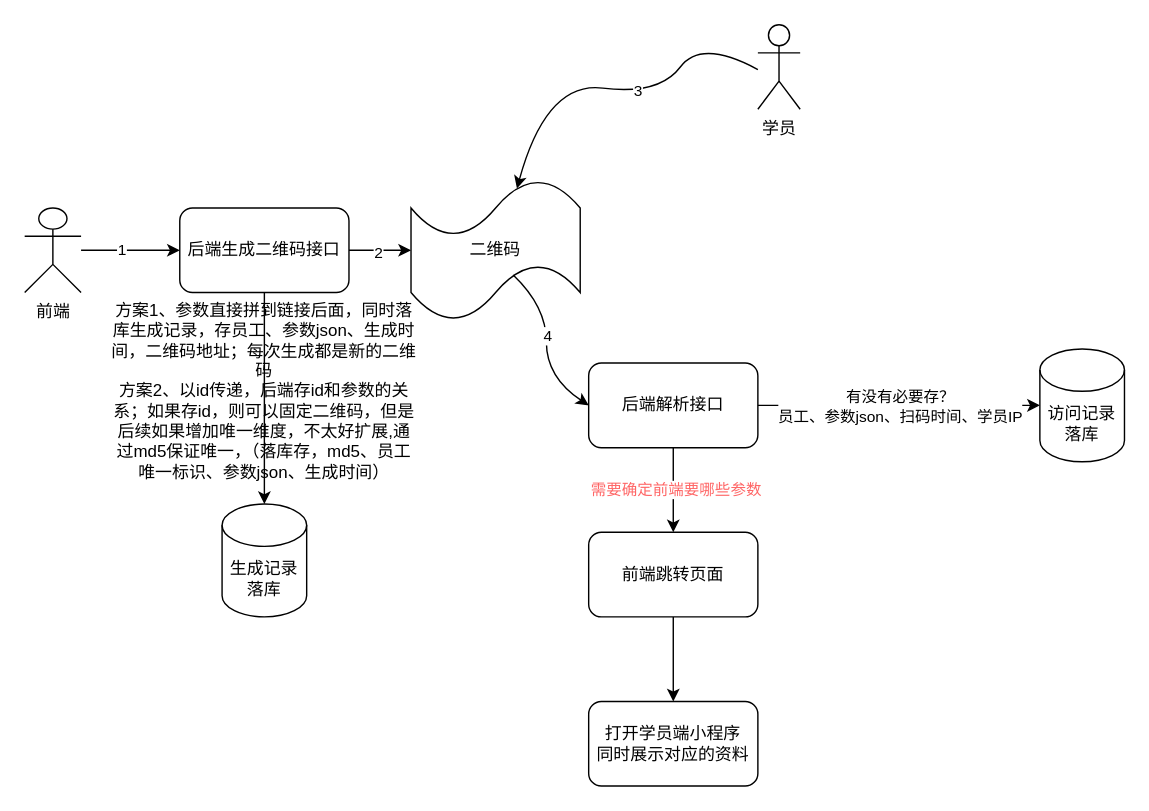
Earlier version of the draw.io diagram 轻学一期扫码逻辑.drawio (me-Minion/draw). Source tidied: cells renumbered, new cells numbered last; positions are measured from the earlier drawing's top-left corner, leaving out a move shared by most shapes. Both pictures are drawn from the tidied source at 141%, with x=0, y=0 at pixel (24, 24).
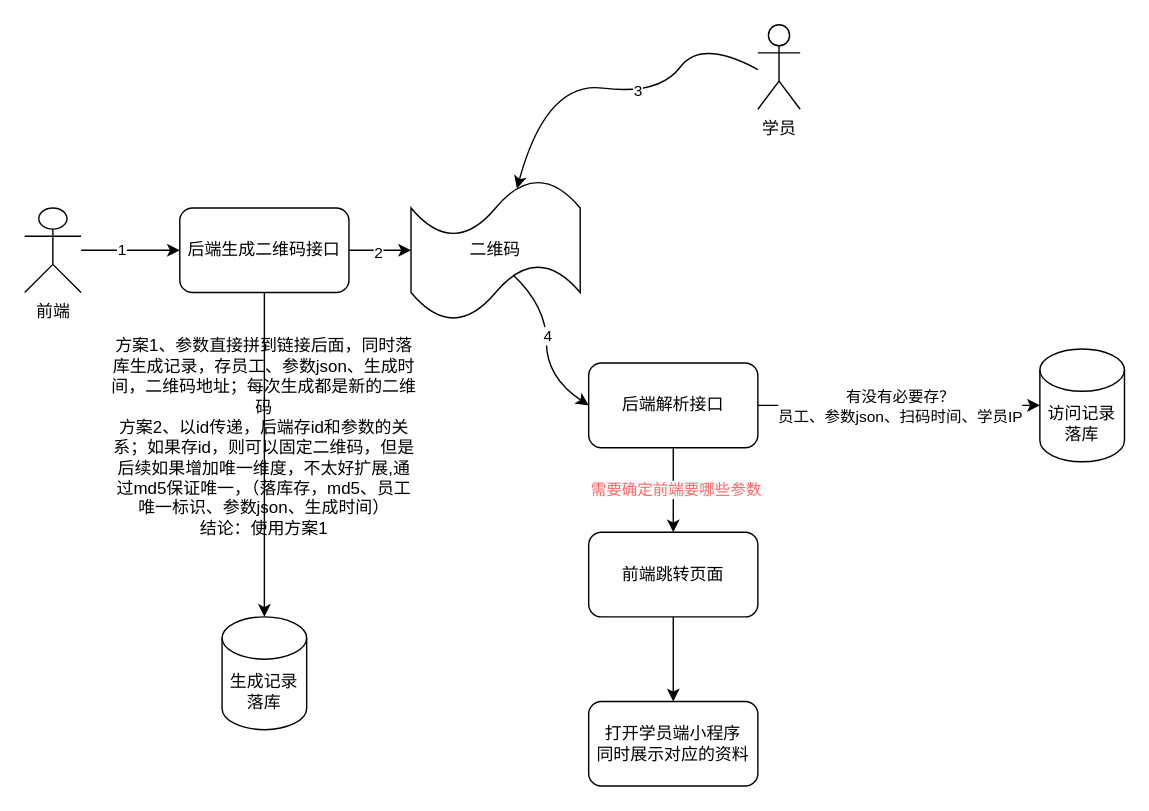
The same page after the edit.

Commit message:
更新轻学一期扫码逻辑.drawio

Diff of the diagram source:
```diff
@@
-    <mxCell id="21" value="方案1、参数直接拼到链接后面，同时落库生成记录，存员工、参数json、生成时间，二维码地址；每次生成都是新的二维码&lt;br&gt;方案2、以id传递，后端存id和参数的关系；如果存id，则可以固定二维码，但是后续如果增加唯一维度，不太好扩展,通过md5保证唯一，（落库存，md5、员工唯一标识、参数json、生成时间）" style="text;html=1;strokeColor=none;fillColor=none;align=center;verticalAlign=middle;whiteSpace=wrap;rounded=0;" parent="1" vertex="1">
-      <mxGeometry x="60" y="240" width="220" height="40" as="geometry" />
+    <mxCell id="21" value="方案1、参数直接拼到链接后面，同时落库生成记录，存员工、参数json、生成时间，二维码地址；每次生成都是新的二维码&lt;br&gt;方案2、以id传递，后端存id和参数的关系；如果存id，则可以固定二维码，但是后续如果增加唯一维度，不太好扩展,通过md5保证唯一，（落库存，md5、员工唯一标识、参数json、生成时间）&lt;br&gt;结论：使用方案1&lt;div&gt;&lt;br/&gt;&lt;/div&gt;" style="text;html=1;strokeColor=none;fillColor=none;align=center;verticalAlign=middle;whiteSpace=wrap;rounded=0;" parent="1" vertex="1">
+      <mxGeometry x="60" y="280" width="220" height="40" as="geometry" />
     </mxCell>
     <mxCell id="22" value="生成记录落库" style="shape=cylinder3;whiteSpace=wrap;html=1;boundedLbl=1;backgroundOutline=1;size=15;" parent="1" vertex="1">
-      <mxGeometry x="140" y="340" width="60" height="80" as="geometry" />
+      <mxGeometry x="140" y="420" width="60" height="80" as="geometry" />
     </mxCell>
```
